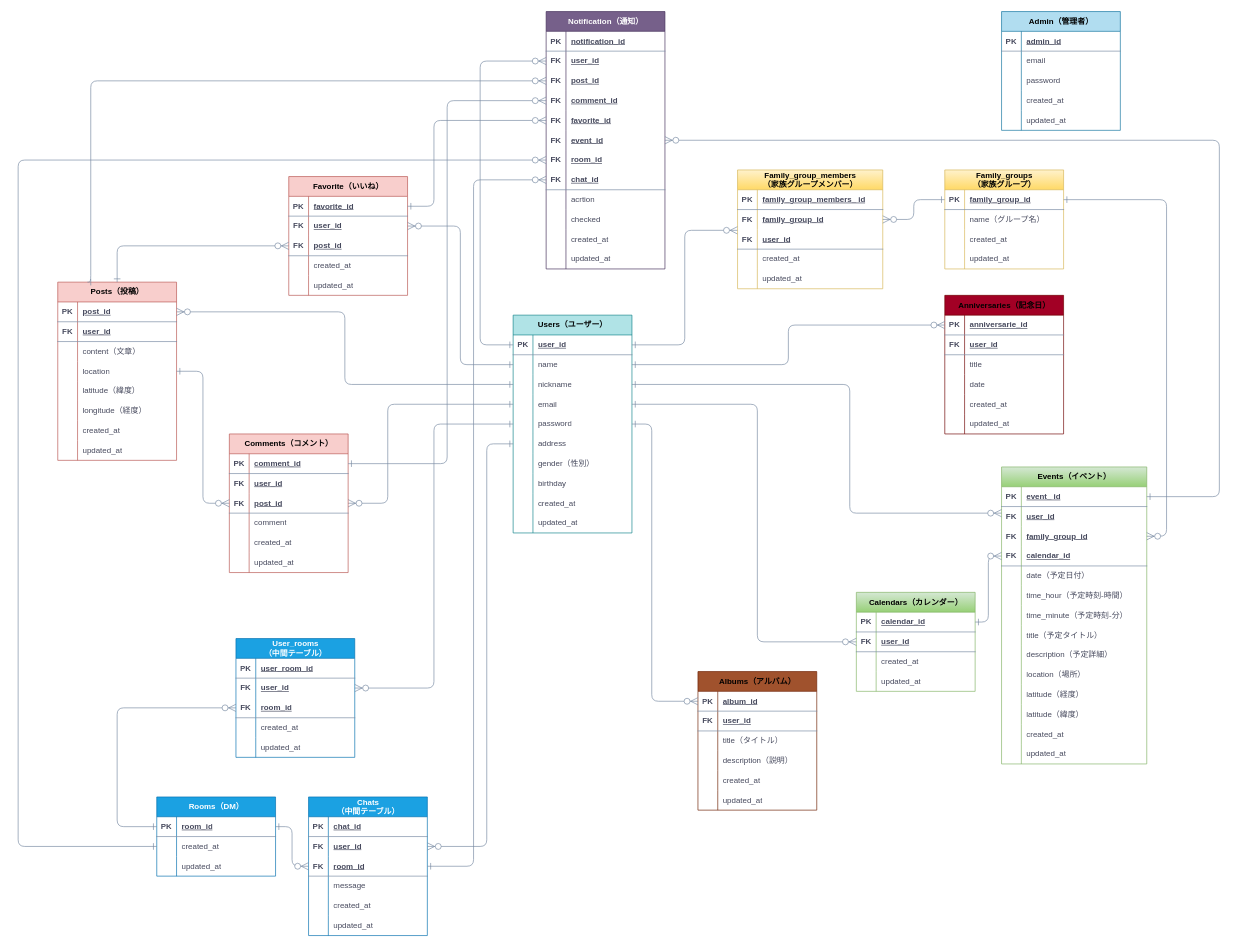
The draw.io diagram 家族インフラ.drawio in Ganmo3/drawio, before the edit. Source tidied: cells renumbered, new cells numbered last; positions are measured from the earlier drawing's top-left corner, leaving out a move shared by most shapes. Both pictures are drawn from the tidied source at 66%, with x=0, y=0 at pixel (18, -22).
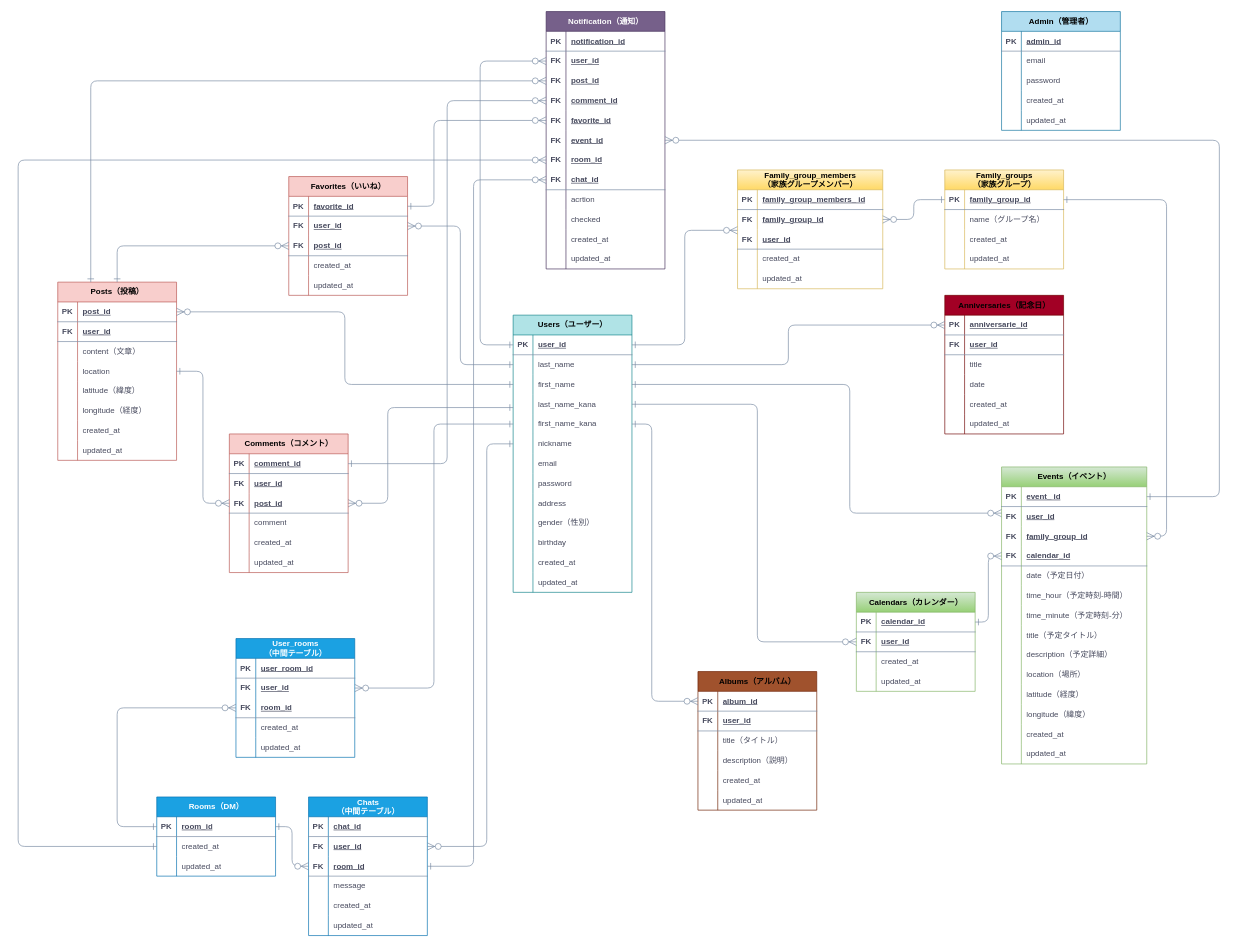
The same diagram, later.

Commit message (it also covers changes not shown here):
家族インフラ.drawio を更新します

The change refers to these unchanged cells:
```xml
<mxCell id="22" style="shape=tableRow;horizontal=0;startSize=0;swimlaneHead=0;swimlaneBody=0;fillColor=none;points=[[0,0.5],[1,0.5]];portConstraint=eastwest;top=0;left=0;right=0;bottom=0;strokeColor=#788AA3;fontFamily=Helvetica;fontSize=12;fontColor=#46495D;html=1;labelBackgroundColor=none;" parent="18" vertex="1">
  <mxGeometry y="60" width="180" height="30" as="geometry" />
</mxCell>
<mxCell id="25" style="shape=tableRow;horizontal=0;startSize=0;swimlaneHead=0;swimlaneBody=0;fillColor=none;points=[[0,0.5],[1,0.5]];portConstraint=eastwest;top=0;left=0;right=0;bottom=0;strokeColor=#788AA3;fontFamily=Helvetica;fontSize=12;fontColor=#46495D;html=1;labelBackgroundColor=none;" parent="18" vertex="1">
  <mxGeometry y="90" width="180" height="30" as="geometry" />
</mxCell>
<mxCell id="90" value="&lt;font color=&quot;#000000&quot;&gt;Posts（投稿）&lt;/font&gt;" style="shape=table;startSize=30;childLayout=tableLayout;rowLines=0;fontStyle=1;align=center;html=1;strokeColor=#b85450;fontFamily=Helvetica;fontSize=12;fillColor=#f8cecc;labelBackgroundColor=none;" parent="1" vertex="1">
  <mxGeometry x="60" y="460" width="180" height="270" as="geometry" />
</mxCell>
<mxCell id="136" style="shape=tableRow;horizontal=0;startSize=0;swimlaneHead=0;swimlaneBody=0;fillColor=none;points=[[0,0.5],[1,0.5]];portConstraint=eastwest;top=0;left=0;right=0;bottom=1;strokeColor=#788AA3;fontFamily=Helvetica;fontSize=12;fontColor=#46495D;html=1;labelBackgroundColor=none;" parent="132" vertex="1">
  <mxGeometry y="60" width="180" height="30" as="geometry" />
</mxCell>
<mxCell id="179" style="shape=tableRow;horizontal=0;startSize=0;swimlaneHead=0;swimlaneBody=0;fillColor=none;top=0;left=0;right=0;bottom=0;strokeColor=#788AA3;fontFamily=Helvetica;fontSize=12;fontColor=#46495D;html=1;labelBackgroundColor=none;" parent="145" vertex="1">
  <mxGeometry y="360" width="220" height="30" as="geometry" />
</mxCell>
<mxCell id="217" style="shape=tableRow;horizontal=0;startSize=0;swimlaneHead=0;swimlaneBody=0;fillColor=none;points=[[0,0.5],[1,0.5]];portConstraint=eastwest;top=0;left=0;right=0;bottom=1;strokeColor=#788AA3;fontFamily=Helvetica;fontSize=12;fontColor=#46495D;html=1;labelBackgroundColor=none;" parent="210" vertex="1">
  <mxGeometry y="90" width="180" height="30" as="geometry" />
</mxCell>
<mxCell id="235" style="shape=tableRow;horizontal=0;startSize=0;swimlaneHead=0;swimlaneBody=0;fillColor=none;points=[[0,0.5],[1,0.5]];portConstraint=eastwest;top=0;left=0;right=0;bottom=0;strokeColor=#788AA3;fontFamily=Helvetica;fontSize=12;fontColor=#46495D;html=1;labelBackgroundColor=none;" parent="231" vertex="1">
  <mxGeometry y="60" width="180" height="30" as="geometry" />
</mxCell>
<mxCell id="261" style="shape=tableRow;horizontal=0;startSize=0;swimlaneHead=0;swimlaneBody=0;fillColor=none;points=[[0,0.5],[1,0.5]];portConstraint=eastwest;top=0;left=0;right=0;bottom=0;strokeColor=#788AA3;fontFamily=Helvetica;fontSize=12;fontColor=#46495D;html=1;labelBackgroundColor=none;" parent="257" vertex="1">
  <mxGeometry y="60" width="180" height="30" as="geometry" />
</mxCell>
<mxCell id="281" style="shape=tableRow;horizontal=0;startSize=0;swimlaneHead=0;swimlaneBody=0;fillColor=none;points=[[0,0.5],[1,0.5]];portConstraint=eastwest;top=0;left=0;right=0;bottom=1;strokeColor=#788AA3;fontFamily=Helvetica;fontSize=12;fontColor=#46495D;html=1;labelBackgroundColor=none;" parent="280" vertex="1">
  <mxGeometry y="30" width="180" height="30" as="geometry" />
</mxCell>
<mxCell id="307" style="shape=tableRow;horizontal=0;startSize=0;swimlaneHead=0;swimlaneBody=0;fillColor=none;points=[[0,0.5],[1,0.5]];portConstraint=eastwest;top=0;left=0;right=0;bottom=0;strokeColor=#788AA3;fontFamily=Helvetica;fontSize=12;fontColor=#46495D;html=1;labelBackgroundColor=none;" parent="300" vertex="1">
  <mxGeometry y="90" width="180" height="30" as="geometry" />
</mxCell>
```

What changed in the source:
```diff
@@
     <mxCell id="18" value="&lt;font color=&quot;#000000&quot;&gt;Users（ユーザー）&lt;/font&gt;" style="shape=table;startSize=30;childLayout=tableLayout;rowLines=0;fontStyle=1;align=center;html=1;fontFamily=Helvetica;fontSize=12;fillColor=#b0e3e6;labelBackgroundColor=none;strokeColor=#0e8088;" parent="1" vertex="1">
-      <mxGeometry x="750" y="510" width="180" height="330" as="geometry" />
+      <mxGeometry x="750" y="510" width="180" height="420" as="geometry" />
     </mxCell>
@@
-    <mxCell id="24" value="name" style="shape=partialRectangle;fillColor=none;top=0;left=0;bottom=0;right=0;align=left;spacingLeft=6;overflow=hidden;whiteSpace=wrap;html=1;strokeColor=#788AA3;fontFamily=Helvetica;fontSize=12;fontColor=#46495D;startSize=23;labelBackgroundColor=none;" parent="22" vertex="1">
+    <mxCell id="24" value="last_name" style="shape=partialRectangle;fillColor=none;top=0;left=0;bottom=0;right=0;align=left;spacingLeft=6;overflow=hidden;whiteSpace=wrap;html=1;strokeColor=#788AA3;fontFamily=Helvetica;fontSize=12;fontColor=#46495D;startSize=23;labelBackgroundColor=none;" parent="22" vertex="1">
       <mxGeometry x="30" width="150" height="30" as="geometry" />
     </mxCell>
@@
-    <mxCell id="27" value="nickname" style="shape=partialRectangle;fillColor=none;top=0;left=0;bottom=0;right=0;align=left;spacingLeft=6;overflow=hidden;whiteSpace=wrap;html=1;strokeColor=#788AA3;fontFamily=Helvetica;fontSize=12;fontColor=#46495D;startSize=23;labelBackgroundColor=none;" parent="25" vertex="1">
+    <mxCell id="27" value="first_name" style="shape=partialRectangle;fillColor=none;top=0;left=0;bottom=0;right=0;align=left;spacingLeft=6;overflow=hidden;whiteSpace=wrap;html=1;strokeColor=#788AA3;fontFamily=Helvetica;fontSize=12;fontColor=#46495D;startSize=23;labelBackgroundColor=none;" parent="25" vertex="1">
       <mxGeometry x="30" width="150" height="30" as="geometry" />
     </mxCell>
+    <mxCell id="344" style="shape=tableRow;horizontal=0;startSize=0;swimlaneHead=0;swimlaneBody=0;fillColor=none;points=[[0,0.5],[1,0.5]];portConstraint=eastwest;top=0;left=0;right=0;bottom=0;strokeColor=#788AA3;fontFamily=Helvetica;fontSize=12;fontColor=#46495D;html=1;labelBackgroundColor=none;" parent="18" vertex="1">
+      <mxGeometry y="120" width="180" height="30" as="geometry" />
+    </mxCell>
+    <mxCell id="345" style="shape=partialRectangle;fillColor=none;top=0;left=0;bottom=0;right=0;overflow=hidden;whiteSpace=wrap;html=1;strokeColor=#788AA3;fontFamily=Helvetica;fontSize=12;fontColor=#46495D;startSize=23;labelBackgroundColor=none;" parent="344" vertex="1">
+      <mxGeometry width="30" height="30" as="geometry" />
+    </mxCell>
+    <mxCell id="346" value="last_name_kana" style="shape=partialRectangle;fillColor=none;top=0;left=0;bottom=0;right=0;align=left;spacingLeft=6;overflow=hidden;whiteSpace=wrap;html=1;strokeColor=#788AA3;fontFamily=Helvetica;fontSize=12;fontColor=#46495D;startSize=23;labelBackgroundColor=none;" parent="344" vertex="1">
+      <mxGeometry x="30" width="150" height="30" as="geometry" />
+    </mxCell>
+    <mxCell id="347" style="shape=tableRow;horizontal=0;startSize=0;swimlaneHead=0;swimlaneBody=0;fillColor=none;points=[[0,0.5],[1,0.5]];portConstraint=eastwest;top=0;left=0;right=0;bottom=0;strokeColor=#788AA3;fontFamily=Helvetica;fontSize=12;fontColor=#46495D;html=1;labelBackgroundColor=none;" parent="18" vertex="1">
+      <mxGeometry y="150" width="180" height="30" as="geometry" />
+    </mxCell>
+    <mxCell id="348" style="shape=partialRectangle;fillColor=none;top=0;left=0;bottom=0;right=0;overflow=hidden;whiteSpace=wrap;html=1;strokeColor=#788AA3;fontFamily=Helvetica;fontSize=12;fontColor=#46495D;startSize=23;labelBackgroundColor=none;" parent="347" vertex="1">
+      <mxGeometry width="30" height="30" as="geometry" />
+    </mxCell>
+    <mxCell id="349" value="first_name_kana" style="shape=partialRectangle;fillColor=none;top=0;left=0;bottom=0;right=0;align=left;spacingLeft=6;overflow=hidden;whiteSpace=wrap;html=1;strokeColor=#788AA3;fontFamily=Helvetica;fontSize=12;fontColor=#46495D;startSize=23;labelBackgroundColor=none;" parent="347" vertex="1">
+      <mxGeometry x="30" width="150" height="30" as="geometry" />
+    </mxCell>
+    <mxCell id="350" style="shape=tableRow;horizontal=0;startSize=0;swimlaneHead=0;swimlaneBody=0;fillColor=none;points=[[0,0.5],[1,0.5]];portConstraint=eastwest;top=0;left=0;right=0;bottom=0;strokeColor=#788AA3;fontFamily=Helvetica;fontSize=12;fontColor=#46495D;html=1;labelBackgroundColor=none;" parent="18" vertex="1">
+      <mxGeometry y="180" width="180" height="30" as="geometry" />
+    </mxCell>
+    <mxCell id="351" style="shape=partialRectangle;fillColor=none;top=0;left=0;bottom=0;right=0;overflow=hidden;whiteSpace=wrap;html=1;strokeColor=#788AA3;fontFamily=Helvetica;fontSize=12;fontColor=#46495D;startSize=23;labelBackgroundColor=none;" parent="350" vertex="1">
+      <mxGeometry width="30" height="30" as="geometry" />
+    </mxCell>
+    <mxCell id="352" value="nickname" style="shape=partialRectangle;fillColor=none;top=0;left=0;bottom=0;right=0;align=left;spacingLeft=6;overflow=hidden;whiteSpace=wrap;html=1;strokeColor=#788AA3;fontFamily=Helvetica;fontSize=12;fontColor=#46495D;startSize=23;labelBackgroundColor=none;" parent="350" vertex="1">
+      <mxGeometry x="30" width="150" height="30" as="geometry" />
+    </mxCell>
     <mxCell id="28" style="shape=tableRow;horizontal=0;startSize=0;swimlaneHead=0;swimlaneBody=0;fillColor=none;points=[[0,0.5],[1,0.5]];portConstraint=eastwest;top=0;left=0;right=0;bottom=0;strokeColor=#788AA3;fontFamily=Helvetica;fontSize=12;fontColor=#46495D;html=1;labelBackgroundColor=none;" parent="18" vertex="1">
-      <mxGeometry y="120" width="180" height="30" as="geometry" />
+      <mxGeometry y="210" width="180" height="30" as="geometry" />
     </mxCell>
@@
     <mxCell id="31" style="shape=tableRow;horizontal=0;startSize=0;swimlaneHead=0;swimlaneBody=0;fillColor=none;points=[[0,0.5],[1,0.5]];portConstraint=eastwest;top=0;left=0;right=0;bottom=0;strokeColor=#788AA3;fontFamily=Helvetica;fontSize=12;fontColor=#46495D;html=1;labelBackgroundColor=none;" parent="18" vertex="1">
-      <mxGeometry y="150" width="180" height="30" as="geometry" />
+      <mxGeometry y="240" width="180" height="30" as="geometry" />
     </mxCell>
@@
     <mxCell id="34" style="shape=tableRow;horizontal=0;startSize=0;swimlaneHead=0;swimlaneBody=0;fillColor=none;points=[[0,0.5],[1,0.5]];portConstraint=eastwest;top=0;left=0;right=0;bottom=0;strokeColor=#788AA3;fontFamily=Helvetica;fontSize=12;fontColor=#46495D;html=1;labelBackgroundColor=none;" parent="18" vertex="1">
-      <mxGeometry y="180" width="180" height="30" as="geometry" />
+      <mxGeometry y="270" width="180" height="30" as="geometry" />
     </mxCell>
@@
     <mxCell id="37" style="shape=tableRow;horizontal=0;startSize=0;swimlaneHead=0;swimlaneBody=0;fillColor=none;top=0;left=0;right=0;bottom=0;strokeColor=#788AA3;fontFamily=Helvetica;fontSize=12;fontColor=#46495D;html=1;labelBackgroundColor=none;" parent="18" vertex="1">
-      <mxGeometry y="210" width="180" height="30" as="geometry" />
+      <mxGeometry y="300" width="180" height="30" as="geometry" />
     </mxCell>
@@
     <mxCell id="40" style="shape=tableRow;horizontal=0;startSize=0;swimlaneHead=0;swimlaneBody=0;fillColor=none;top=0;left=0;right=0;bottom=0;strokeColor=#788AA3;fontFamily=Helvetica;fontSize=12;fontColor=#46495D;html=1;labelBackgroundColor=none;" parent="18" vertex="1">
-      <mxGeometry y="240" width="180" height="30" as="geometry" />
+      <mxGeometry y="330" width="180" height="30" as="geometry" />
     </mxCell>
@@
     <mxCell id="43" style="shape=tableRow;horizontal=0;startSize=0;swimlaneHead=0;swimlaneBody=0;fillColor=none;top=0;left=0;right=0;bottom=0;strokeColor=#788AA3;fontFamily=Helvetica;fontSize=12;fontColor=#46495D;html=1;labelBackgroundColor=none;" parent="18" vertex="1">
-      <mxGeometry y="270" width="180" height="30" as="geometry" />
+      <mxGeometry y="360" width="180" height="30" as="geometry" />
     </mxCell>
@@
     <mxCell id="46" style="shape=tableRow;horizontal=0;startSize=0;swimlaneHead=0;swimlaneBody=0;fillColor=none;top=0;left=0;right=0;bottom=0;strokeColor=#788AA3;fontFamily=Helvetica;fontSize=12;fontColor=#46495D;html=1;labelBackgroundColor=none;" parent="18" vertex="1">
-      <mxGeometry y="300" width="180" height="30" as="geometry" />
+      <mxGeometry y="390" width="180" height="30" as="geometry" />
     </mxCell>
@@
-    <mxCell id="181" value="latitude（緯度）" style="shape=partialRectangle;fillColor=none;top=0;left=0;bottom=0;right=0;align=left;spacingLeft=6;overflow=hidden;whiteSpace=wrap;html=1;strokeColor=#788AA3;fontFamily=Helvetica;fontSize=12;fontColor=#46495D;startSize=23;labelBackgroundColor=none;" parent="179" vertex="1">
+    <mxCell id="181" value="longitude（緯度）" style="shape=partialRectangle;fillColor=none;top=0;left=0;bottom=0;right=0;align=left;spacingLeft=6;overflow=hidden;whiteSpace=wrap;html=1;strokeColor=#788AA3;fontFamily=Helvetica;fontSize=12;fontColor=#46495D;startSize=23;labelBackgroundColor=none;" parent="179" vertex="1">
       <mxGeometry x="30" width="190" height="30" as="geometry" />
     </mxCell>
@@
-    <mxCell id="188" style="edgeStyle=elbowEdgeStyle;fontSize=12;html=1;endArrow=ERzeroToMany;endFill=1;fontFamily=Helvetica;fontColor=default;startSize=8;rounded=1;startArrow=ERone;startFill=0;endSize=9;labelBackgroundColor=none;strokeColor=#788AA3;entryX=0;entryY=0.5;entryDx=0;entryDy=0;" parent="1" edge="1" source="28" target="136">
+    <mxCell id="188" style="edgeStyle=elbowEdgeStyle;fontSize=12;html=1;endArrow=ERzeroToMany;endFill=1;fontFamily=Helvetica;fontColor=default;startSize=8;rounded=1;startArrow=ERone;startFill=0;endSize=9;labelBackgroundColor=none;strokeColor=#788AA3;entryX=0;entryY=0.5;entryDx=0;entryDy=0;" parent="1" edge="1" source="344" target="136">
       <mxGeometry relative="1" as="geometry">
         <Array as="points">
           <mxPoint x="1120" y="880" />
         </Array>
       </mxGeometry>
     </mxCell>
@@
-    <mxCell id="192" value="Favorite（いいね）" style="shape=table;startSize=30;childLayout=tableLayout;rowLines=0;fontStyle=1;align=center;html=1;strokeColor=#b85450;fontFamily=Helvetica;fontSize=12;fillColor=#f8cecc;labelBackgroundColor=none;" parent="1" vertex="1">
+    <mxCell id="192" value="Favorites（いいね）" style="shape=table;startSize=30;childLayout=tableLayout;rowLines=0;fontStyle=1;align=center;html=1;strokeColor=#b85450;fontFamily=Helvetica;fontSize=12;fillColor=#f8cecc;labelBackgroundColor=none;" parent="1" vertex="1">
       <mxGeometry x="410" y="300" width="180" height="180" as="geometry" />
     </mxCell>
@@
-    <mxCell id="208" style="edgeStyle=elbowEdgeStyle;fontSize=12;html=1;endArrow=ERzeroToMany;endFill=1;fontFamily=Helvetica;fontColor=default;startSize=8;rounded=1;entryX=1;entryY=0.5;entryDx=0;entryDy=0;startArrow=ERone;startFill=0;endSize=9;labelBackgroundColor=none;strokeColor=#788AA3;exitX=0;exitY=0.5;exitDx=0;exitDy=0;" parent="1" edge="1" source="28" target="217">
+    <mxCell id="208" style="edgeStyle=elbowEdgeStyle;fontSize=12;html=1;endArrow=ERzeroToMany;endFill=1;fontFamily=Helvetica;fontColor=default;startSize=8;rounded=1;entryX=1;entryY=0.5;entryDx=0;entryDy=0;startArrow=ERone;startFill=0;endSize=9;labelBackgroundColor=none;strokeColor=#788AA3;" parent="1" edge="1" source="344" target="217">
       <mxGeometry relative="1" as="geometry">
         <Array as="points">
           <mxPoint x="560" y="650" />
         </Array>
       </mxGeometry>
     </mxCell>
@@
-    <mxCell id="276" style="edgeStyle=elbowEdgeStyle;fontSize=12;html=1;endArrow=ERzeroToMany;endFill=1;fontFamily=Helvetica;fontColor=default;startSize=8;rounded=1;entryX=1;entryY=0.5;entryDx=0;entryDy=0;startArrow=ERone;startFill=0;endSize=9;labelBackgroundColor=none;strokeColor=#788AA3;exitX=0;exitY=0.5;exitDx=0;exitDy=0;" parent="1" edge="1" source="34" target="261">
+    <mxCell id="276" style="edgeStyle=elbowEdgeStyle;fontSize=12;html=1;endArrow=ERzeroToMany;endFill=1;fontFamily=Helvetica;fontColor=default;startSize=8;rounded=1;entryX=1;entryY=0.5;entryDx=0;entryDy=0;startArrow=ERone;startFill=0;endSize=9;labelBackgroundColor=none;strokeColor=#788AA3;" parent="1" edge="1" source="350" target="261">
       <mxGeometry relative="1" as="geometry">
         <Array as="points">
           <mxPoint x="710" y="1010" />
         </Array>
       </mxGeometry>
     </mxCell>
@@
-    <mxCell id="279" style="edgeStyle=elbowEdgeStyle;fontSize=12;html=1;endArrow=ERzeroToMany;endFill=1;fontFamily=Helvetica;fontColor=default;startSize=8;rounded=1;entryX=1;entryY=0.5;entryDx=0;entryDy=0;startArrow=ERone;startFill=0;endSize=9;labelBackgroundColor=none;strokeColor=#788AA3;exitX=0;exitY=0.5;exitDx=0;exitDy=0;" parent="1" edge="1" source="31" target="235">
+    <mxCell id="279" style="edgeStyle=elbowEdgeStyle;fontSize=12;html=1;endArrow=ERzeroToMany;endFill=1;fontFamily=Helvetica;fontColor=default;startSize=8;rounded=1;entryX=1;entryY=0.5;entryDx=0;entryDy=0;startArrow=ERone;startFill=0;endSize=9;labelBackgroundColor=none;strokeColor=#788AA3;" parent="1" edge="1" source="347" target="235">
       <mxGeometry relative="1" as="geometry" />
     </mxCell>
@@
-    <mxCell id="299" style="edgeStyle=elbowEdgeStyle;fontSize=12;html=1;endArrow=ERzeroToMany;endFill=1;fontFamily=Helvetica;fontColor=default;startSize=8;rounded=1;startArrow=ERone;startFill=0;endSize=9;labelBackgroundColor=none;strokeColor=#788AA3;entryX=0;entryY=0.5;entryDx=0;entryDy=0;exitX=1;exitY=0.5;exitDx=0;exitDy=0;" parent="1" edge="1" source="31" target="281">
+    <mxCell id="299" style="edgeStyle=elbowEdgeStyle;fontSize=12;html=1;endArrow=ERzeroToMany;endFill=1;fontFamily=Helvetica;fontColor=default;startSize=8;rounded=1;startArrow=ERone;startFill=0;endSize=9;labelBackgroundColor=none;strokeColor=#788AA3;entryX=0;entryY=0.5;entryDx=0;entryDy=0;" parent="1" edge="1" source="347" target="281">
       <mxGeometry relative="1" as="geometry">
         <Array as="points">
           <mxPoint x="960" y="870" />
         </Array>
       </mxGeometry>
     </mxCell>
@@
-    <mxCell id="342" style="edgeStyle=elbowEdgeStyle;fontSize=12;html=1;endArrow=ERzeroToMany;endFill=1;fontFamily=Helvetica;fontColor=default;startSize=8;rounded=1;startArrow=ERone;startFill=0;endSize=9;labelBackgroundColor=none;strokeColor=#788AA3;exitX=0.25;exitY=0;exitDx=0;exitDy=0;" parent="1" edge="1" source="90" target="307">
+    <mxCell id="342" style="edgeStyle=elbowEdgeStyle;fontSize=12;html=1;endArrow=ERzeroToMany;endFill=1;fontFamily=Helvetica;fontColor=default;startSize=8;rounded=1;startArrow=ERone;startFill=0;endSize=9;labelBackgroundColor=none;strokeColor=#788AA3;" parent="1" edge="1" target="307">
       <mxGeometry relative="1" as="geometry">
+        <mxPoint x="110" y="460" as="sourcePoint" />
         <Array as="points">
           <mxPoint x="110" y="330" />
         </Array>
       </mxGeometry>
     </mxCell>
```
